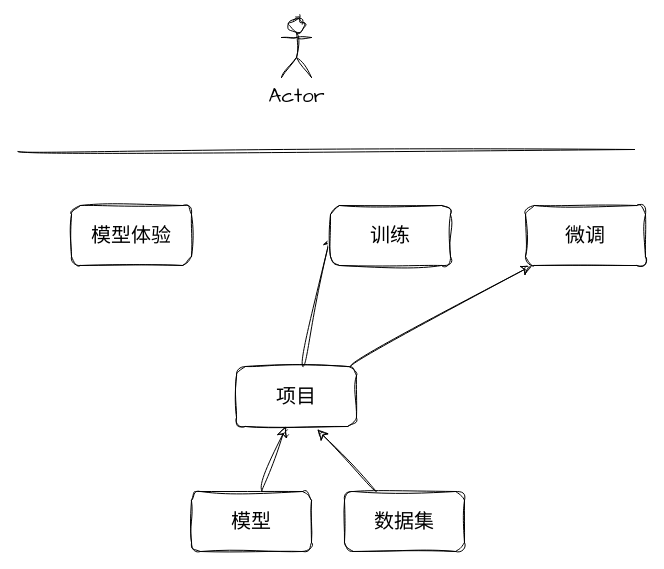
pkking/mydrawio keeps this draw.io diagram as xihe-deploy1.drawio. Above is the earlier version. Source tidied: cells renumbered, new cells numbered last; positions are measured from the earlier drawing's top-left corner, leaving out a move shared by most shapes. Both pictures are drawn from the tidied source at 100%, with x=0, y=0 at pixel (17, 17).
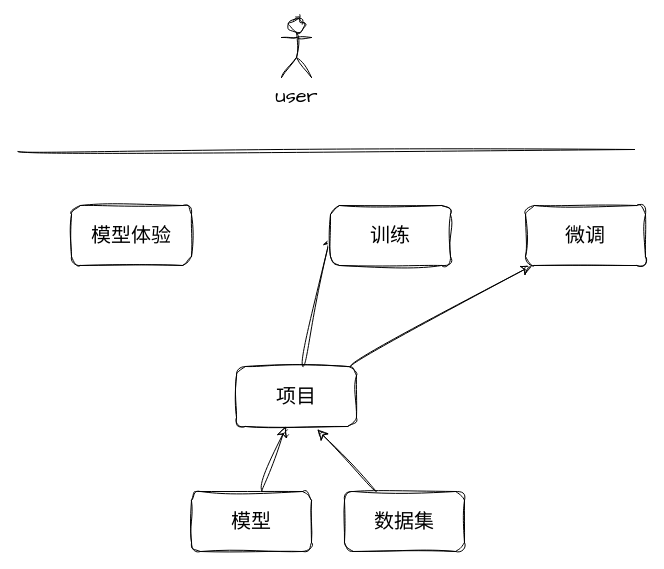
The same page after the edit.

The edit, as a diff of the source:
```diff
@@
 <mxGraphModel>
   <root>
     <mxCell id="0" />
     <mxCell id="1" parent="0" />
     <mxCell id="2" style="edgeStyle=none;curved=1;rounded=0;sketch=1;hachureGap=4;jiggle=2;curveFitting=1;jettySize=auto;html=1;fontFamily=Architects Daughter;fontSize=16;startSize=8;endSize=8;" parent="1" edge="1" source="3" target="7">
       <mxGeometry relative="1" as="geometry" />
     </mxCell>
     <mxCell id="3" value="模型" style="rounded=1;whiteSpace=wrap;html=1;sketch=1;hachureGap=4;jiggle=2;curveFitting=1;fontFamily=Architects Daughter;fontSize=20;" parent="1" vertex="1">
       <mxGeometry x="174" y="474" width="120" height="60" as="geometry" />
     </mxCell>
     <mxCell id="4" value="数据集" style="rounded=1;whiteSpace=wrap;html=1;sketch=1;hachureGap=4;jiggle=2;curveFitting=1;fontFamily=Architects Daughter;fontSize=20;" parent="1" vertex="1">
       <mxGeometry x="327" y="474" width="120" height="60" as="geometry" />
     </mxCell>
     <mxCell id="5" style="edgeStyle=none;curved=1;rounded=0;sketch=1;hachureGap=4;jiggle=2;curveFitting=1;jettySize=auto;html=1;fontFamily=Architects Daughter;fontSize=16;startSize=8;endSize=8;" parent="1" edge="1" source="7" target="11">
       <mxGeometry relative="1" as="geometry" />
     </mxCell>
     <mxCell id="6" style="edgeStyle=none;curved=1;rounded=0;sketch=1;hachureGap=4;jiggle=2;curveFitting=1;jettySize=auto;html=1;entryX=0;entryY=0.5;entryDx=0;entryDy=0;fontFamily=Architects Daughter;fontSize=16;startSize=8;endSize=8;" parent="1" edge="1" source="7" target="12">
       <mxGeometry relative="1" as="geometry" />
     </mxCell>
     <mxCell id="7" value="项目" style="rounded=1;whiteSpace=wrap;html=1;sketch=1;hachureGap=4;jiggle=2;curveFitting=1;fontFamily=Architects Daughter;fontSize=20;" parent="1" vertex="1">
       <mxGeometry x="219" y="349" width="120" height="60" as="geometry" />
     </mxCell>
     <mxCell id="8" style="edgeStyle=none;curved=1;rounded=0;sketch=1;hachureGap=4;jiggle=2;curveFitting=1;jettySize=auto;html=1;entryX=0.675;entryY=1.05;entryDx=0;entryDy=0;fontFamily=Architects Daughter;fontSize=16;startSize=8;endSize=8;entryPerimeter=0;" parent="1" edge="1" source="4" target="7">
       <mxGeometry relative="1" as="geometry" />
     </mxCell>
-    <mxCell id="9" value="Actor" style="shape=umlActor;verticalLabelPosition=bottom;verticalAlign=top;html=1;sketch=1;hachureGap=4;jiggle=2;curveFitting=1;fontFamily=Architects Daughter;fontSize=20;" parent="1" vertex="1">
+    <mxCell id="9" value="user" style="shape=umlActor;verticalLabelPosition=bottom;verticalAlign=top;html=1;sketch=1;hachureGap=4;jiggle=2;curveFitting=1;fontFamily=Architects Daughter;fontSize=20;" parent="1" vertex="1">
       <mxGeometry x="264" width="30" height="60" as="geometry" />
     </mxCell>
     <mxCell id="10" style="endArrow=none;html=1;rounded=0;sketch=1;hachureGap=4;jiggle=2;curveFitting=1;fontFamily=Architects Daughter;fontSize=16;startSize=8;endSize=8;curved=1;" parent="1" edge="1">
       <mxGeometry relative="1" as="geometry">
         <mxPoint y="134" as="sourcePoint" />
         <mxPoint x="617" y="132" as="targetPoint" />
       </mxGeometry>
     </mxCell>
     <mxCell id="11" value="微调" style="rounded=1;whiteSpace=wrap;html=1;sketch=1;hachureGap=4;jiggle=2;curveFitting=1;fontFamily=Architects Daughter;fontSize=20;" parent="1" vertex="1">
       <mxGeometry x="508" y="188" width="120" height="60" as="geometry" />
     </mxCell>
     <mxCell id="12" value="训练" style="rounded=1;whiteSpace=wrap;html=1;sketch=1;hachureGap=4;jiggle=2;curveFitting=1;fontFamily=Architects Daughter;fontSize=20;" parent="1" vertex="1">
       <mxGeometry x="313" y="188" width="120" height="60" as="geometry" />
     </mxCell>
     <mxCell id="13" value="模型体验" style="rounded=1;whiteSpace=wrap;html=1;sketch=1;hachureGap=4;jiggle=2;curveFitting=1;fontFamily=Architects Daughter;fontSize=20;" parent="1" vertex="1">
       <mxGeometry x="54" y="188" width="120" height="60" as="geometry" />
     </mxCell>
   </root>
 </mxGraphModel>
```
